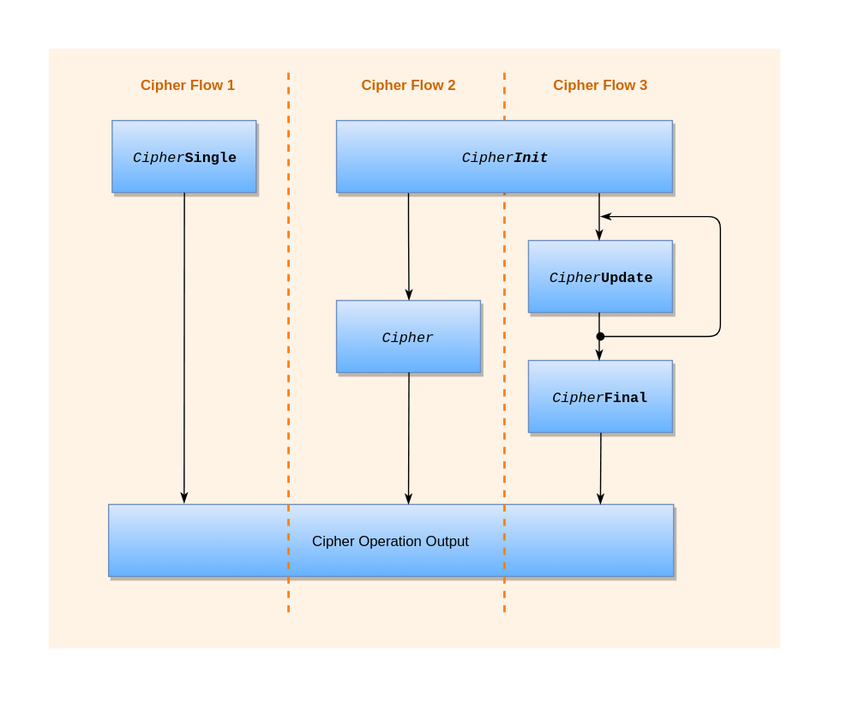
Earlier version of the draw.io export golang/func_workflow.svg (ibm-developer/ibm-cloud-hyperprotectcrypto). Source tidied: cells renumbered, new cells last; positions are measured from the earlier drawing's top-left corner, leaving out a move shared by most shapes. Source of this version:
```xml
<mxGraphModel>
  <root>
    <mxCell id="0" />
    <mxCell id="1" parent="0" />
    <mxCell id="2" style="rounded=0;whiteSpace=wrap;html=1;shadow=0;glass=0;gradientColor=none;fillColor=#FFF3E6;strokeColor=none;" parent="1" vertex="1">
      <mxGeometry width="610" height="500" as="geometry" />
    </mxCell>
    <mxCell id="3" value="&lt;font face=&quot;Courier New&quot;&gt;&lt;i&gt;Cipher&lt;/i&gt;&lt;b&gt;Single&lt;/b&gt;&lt;/font&gt;" style="rounded=0;whiteSpace=wrap;html=1;fillColor=#dae8fc;strokeColor=#6c8ebf;gradientColor=#66B2FF;shadow=1;glass=0;" parent="1" vertex="1">
      <mxGeometry x="53" y="60" width="120" height="60" as="geometry" />
    </mxCell>
    <mxCell id="4" value="&lt;font face=&quot;Courier New&quot;&gt;&lt;i&gt;Cipher&lt;/i&gt;&lt;/font&gt;" style="rounded=0;whiteSpace=wrap;html=1;fillColor=#dae8fc;strokeColor=#6c8ebf;gradientColor=#66B2FF;shadow=1;" parent="1" vertex="1">
      <mxGeometry x="240" y="210" width="120" height="60" as="geometry" />
    </mxCell>
    <mxCell id="5" value="&lt;font face=&quot;Courier New&quot;&gt;&lt;span style=&quot;font-style: italic&quot;&gt;Cipher&lt;/span&gt;&lt;b&gt;Update&lt;/b&gt;&lt;/font&gt;" style="rounded=0;whiteSpace=wrap;html=1;fillColor=#dae8fc;strokeColor=#6c8ebf;gradientColor=#66B2FF;shadow=1;" parent="1" vertex="1">
      <mxGeometry x="400" y="160" width="120" height="60" as="geometry" />
    </mxCell>
    <mxCell id="6" value="&lt;font face=&quot;Courier New&quot;&gt;&lt;i&gt;Cipher&lt;/i&gt;&lt;b&gt;Final&lt;/b&gt;&lt;/font&gt;" style="rounded=0;whiteSpace=wrap;html=1;fillColor=#dae8fc;strokeColor=#6c8ebf;gradientColor=#66B2FF;shadow=1;" parent="1" vertex="1">
      <mxGeometry x="400" y="260" width="120" height="60" as="geometry" />
    </mxCell>
    <mxCell id="7" value="&lt;p&gt;Cipher Operation Output&lt;/p&gt;" style="rounded=0;whiteSpace=wrap;html=1;fillColor=#dae8fc;strokeColor=#6c8ebf;gradientColor=#66B2FF;shadow=1;" parent="1" vertex="1">
      <mxGeometry x="50" y="380" width="471" height="60" as="geometry" />
    </mxCell>
    <mxCell id="8" style="endArrow=classicThin;html=1;exitX=0.5;exitY=1;exitDx=0;exitDy=0;endFill=1;" parent="1" edge="1" source="3">
      <mxGeometry relative="1" as="geometry">
        <mxPoint x="113" y="379" as="targetPoint" />
      </mxGeometry>
    </mxCell>
    <mxCell id="9" style="endArrow=classicThin;html=1;endFill=1;exitX=0.5;exitY=1;exitDx=0;exitDy=0;" parent="1" edge="1" source="4">
      <mxGeometry relative="1" as="geometry">
        <mxPoint x="300" y="380" as="targetPoint" />
      </mxGeometry>
    </mxCell>
    <mxCell id="10" style="endArrow=classicThin;html=1;exitX=0.5;exitY=1;exitDx=0;exitDy=0;endFill=1;" parent="1" edge="1" source="6">
      <mxGeometry relative="1" as="geometry">
        <mxPoint x="460" y="380" as="targetPoint" />
      </mxGeometry>
    </mxCell>
    <mxCell id="11" style="endArrow=classicThin;html=1;exitX=0.5;exitY=1;exitDx=0;exitDy=0;endFill=1;entryX=0.5;entryY=0;entryDx=0;entryDy=0;" parent="1" edge="1" target="4">
      <mxGeometry relative="1" as="geometry">
        <mxPoint x="300" y="120" as="sourcePoint" />
        <Array as="points">
          <mxPoint x="300" y="150" />
        </Array>
      </mxGeometry>
    </mxCell>
    <mxCell id="12" style="endArrow=classicThin;html=1;exitX=0.5;exitY=1;exitDx=0;exitDy=0;endFill=1;" parent="1" edge="1">
      <mxGeometry relative="1" as="geometry">
        <mxPoint x="459" y="120" as="sourcePoint" />
        <mxPoint x="459" y="160" as="targetPoint" />
        <Array as="points">
          <mxPoint x="459" y="150" />
        </Array>
      </mxGeometry>
    </mxCell>
    <mxCell id="13" style="endArrow=classicThin;html=1;exitX=0.5;exitY=1;exitDx=0;exitDy=0;endFill=1;" parent="1" edge="1">
      <mxGeometry relative="1" as="geometry">
        <mxPoint x="459" y="220" as="sourcePoint" />
        <mxPoint x="459" y="260" as="targetPoint" />
        <Array as="points">
          <mxPoint x="459" y="250" />
        </Array>
      </mxGeometry>
    </mxCell>
    <mxCell id="14" style="endArrow=oval;html=1;endFill=1;startArrow=classicThin;startFill=1;" parent="1" edge="1">
      <mxGeometry relative="1" as="geometry">
        <mxPoint x="460" y="140" as="sourcePoint" />
        <mxPoint x="460" y="240" as="targetPoint" />
        <Array as="points">
          <mxPoint x="560" y="140" />
          <mxPoint x="560" y="240" />
          <mxPoint x="530" y="240" />
        </Array>
      </mxGeometry>
    </mxCell>
    <mxCell id="15" style="endArrow=none;dashed=1;html=1;strokeWidth=2;strokeColor=#FF8000;" parent="1" edge="1">
      <mxGeometry relative="1" as="geometry">
        <mxPoint x="200" y="470" as="sourcePoint" />
        <mxPoint x="200" y="20" as="targetPoint" />
      </mxGeometry>
    </mxCell>
    <mxCell id="16" style="endArrow=none;dashed=1;html=1;strokeWidth=2;strokeColor=#FF8000;" parent="1" edge="1">
      <mxGeometry relative="1" as="geometry">
        <mxPoint x="380" y="470" as="sourcePoint" />
        <mxPoint x="380" y="20" as="targetPoint" />
      </mxGeometry>
    </mxCell>
    <mxCell id="17" value="&lt;font face=&quot;Courier New&quot;&gt;&lt;i&gt;Cipher&lt;b&gt;Init&lt;/b&gt;&lt;/i&gt;&lt;/font&gt;" style="rounded=0;whiteSpace=wrap;html=1;fillColor=#dae8fc;strokeColor=#6c8ebf;gradientColor=#66B2FF;shadow=1;" parent="1" vertex="1">
      <mxGeometry x="240" y="60" width="280" height="60" as="geometry" />
    </mxCell>
    <mxCell id="18" value="&lt;b&gt;&lt;font color=&quot;#cc6600&quot;&gt;Cipher Flow 1&lt;/font&gt;&lt;/b&gt;" style="text;html=1;strokeColor=none;fillColor=none;align=center;verticalAlign=middle;whiteSpace=wrap;rounded=0;shadow=1;glass=0;" parent="1" vertex="1">
      <mxGeometry x="73" y="20" width="87" height="20" as="geometry" />
    </mxCell>
    <mxCell id="19" value="&lt;b&gt;&lt;font color=&quot;#cc6600&quot;&gt;Cipher Flow 2&lt;/font&gt;&lt;/b&gt;" style="text;html=1;strokeColor=none;fillColor=none;align=center;verticalAlign=middle;whiteSpace=wrap;rounded=0;shadow=1;glass=0;" parent="1" vertex="1">
      <mxGeometry x="256.5" y="20" width="87" height="20" as="geometry" />
    </mxCell>
    <mxCell id="20" value="&lt;b&gt;&lt;font color=&quot;#cc6600&quot;&gt;Cipher Flow 3&lt;/font&gt;&lt;/b&gt;" style="text;html=1;strokeColor=none;fillColor=none;align=center;verticalAlign=middle;whiteSpace=wrap;rounded=0;shadow=1;glass=0;" parent="1" vertex="1">
      <mxGeometry x="416.5" y="20" width="87" height="20" as="geometry" />
    </mxCell>
  </root>
</mxGraphModel>
```
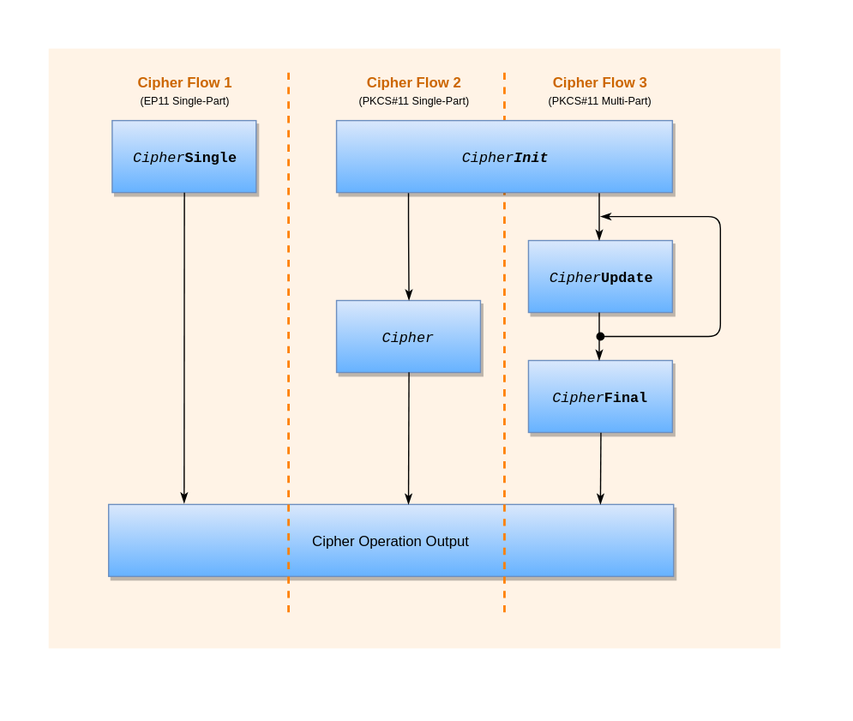
After the change.

The edit, as a diff of the source:
```diff
@@ -87,14 +87,14 @@
     <mxCell id="17" value="&lt;font face=&quot;Courier New&quot;&gt;&lt;i&gt;Cipher&lt;b&gt;Init&lt;/b&gt;&lt;/i&gt;&lt;/font&gt;" style="rounded=0;whiteSpace=wrap;html=1;fillColor=#dae8fc;strokeColor=#6c8ebf;gradientColor=#66B2FF;shadow=1;" parent="1" vertex="1">
       <mxGeometry x="240" y="60" width="280" height="60" as="geometry" />
     </mxCell>
-    <mxCell id="18" value="&lt;b&gt;&lt;font color=&quot;#cc6600&quot;&gt;Cipher Flow 1&lt;/font&gt;&lt;/b&gt;" style="text;html=1;strokeColor=none;fillColor=none;align=center;verticalAlign=middle;whiteSpace=wrap;rounded=0;shadow=1;glass=0;" parent="1" vertex="1">
-      <mxGeometry x="73" y="20" width="87" height="20" as="geometry" />
+    <mxCell id="18" value="&lt;b style=&quot;color: rgb(204 , 102 , 0)&quot;&gt;&lt;font style=&quot;font-size: 12px&quot;&gt;Cipher Flow 1&lt;/font&gt;&lt;/b&gt;&lt;br&gt;&lt;font style=&quot;font-size: 9px&quot;&gt;(EP11 Single-Part)&lt;/font&gt;&lt;br&gt;" style="text;html=1;strokeColor=none;fillColor=none;align=center;verticalAlign=middle;whiteSpace=wrap;rounded=0;shadow=1;glass=0;" parent="1" vertex="1">
+      <mxGeometry x="52" y="20" width="122" height="30" as="geometry" />
     </mxCell>
-    <mxCell id="19" value="&lt;b&gt;&lt;font color=&quot;#cc6600&quot;&gt;Cipher Flow 2&lt;/font&gt;&lt;/b&gt;" style="text;html=1;strokeColor=none;fillColor=none;align=center;verticalAlign=middle;whiteSpace=wrap;rounded=0;shadow=1;glass=0;" parent="1" vertex="1">
-      <mxGeometry x="256.5" y="20" width="87" height="20" as="geometry" />
-    </mxCell>
-    <mxCell id="20" value="&lt;b&gt;&lt;font color=&quot;#cc6600&quot;&gt;Cipher Flow 3&lt;/font&gt;&lt;/b&gt;" style="text;html=1;strokeColor=none;fillColor=none;align=center;verticalAlign=middle;whiteSpace=wrap;rounded=0;shadow=1;glass=0;" parent="1" vertex="1">
-      <mxGeometry x="416.5" y="20" width="87" height="20" as="geometry" />
-    </mxCell>
+    <mxCell id="21" value="&lt;b style=&quot;color: rgb(204 , 102 , 0)&quot;&gt;&lt;font style=&quot;font-size: 12px&quot;&gt;Cipher Flow 2&lt;/font&gt;&lt;/b&gt;&lt;br&gt;&lt;font style=&quot;font-size: 9px&quot;&gt;(PKCS#11 Single-Part)&lt;/font&gt;&lt;br&gt;" style="text;html=1;strokeColor=none;fillColor=none;align=center;verticalAlign=middle;whiteSpace=wrap;rounded=0;shadow=1;glass=0;" parent="1" vertex="1">
+      <mxGeometry x="238" y="20" width="134" height="30" as="geometry" />
+    </mxCell>
+    <mxCell id="22" value="&lt;b style=&quot;color: rgb(204 , 102 , 0)&quot;&gt;&lt;font style=&quot;font-size: 12px&quot;&gt;Cipher Flow 3&lt;/font&gt;&lt;/b&gt;&lt;br&gt;&lt;font style=&quot;font-size: 9px&quot;&gt;(PKCS#11 Multi-Part)&lt;/font&gt;&lt;br&gt;" style="text;html=1;strokeColor=none;fillColor=none;align=center;verticalAlign=middle;whiteSpace=wrap;rounded=0;shadow=1;glass=0;" parent="1" vertex="1">
+      <mxGeometry x="393" y="20" width="134" height="30" as="geometry" />
+    </mxCell>
   </root>
 </mxGraphModel>
```
